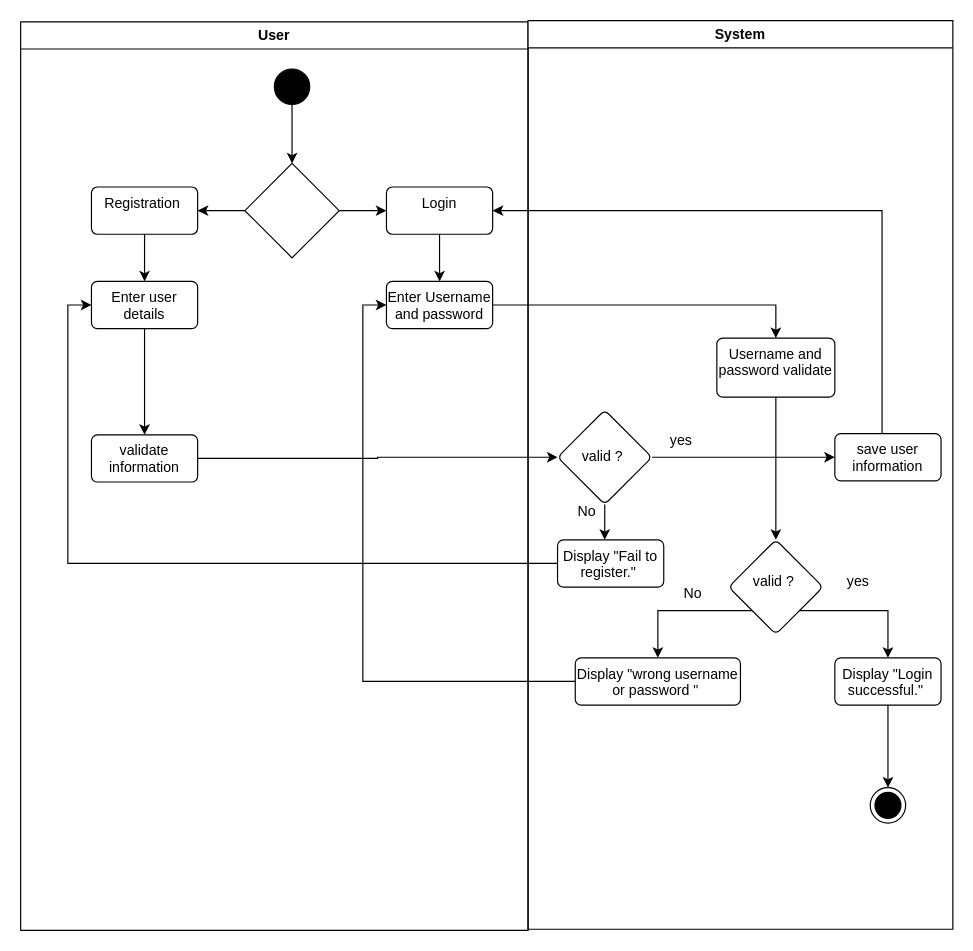
Above: page "login AD" (3 of 21) of doc/PSM.drawio in SNFASA/AI-Fire-Monitoring-System (draw.io), before the change. Source tidied: cells renumbered, new cells numbered last; positions are measured from the earlier drawing's top-left corner, leaving out a move shared by most shapes. Both pictures are drawn from the tidied source at 118%, with x=0, y=0 at pixel (20, 20).
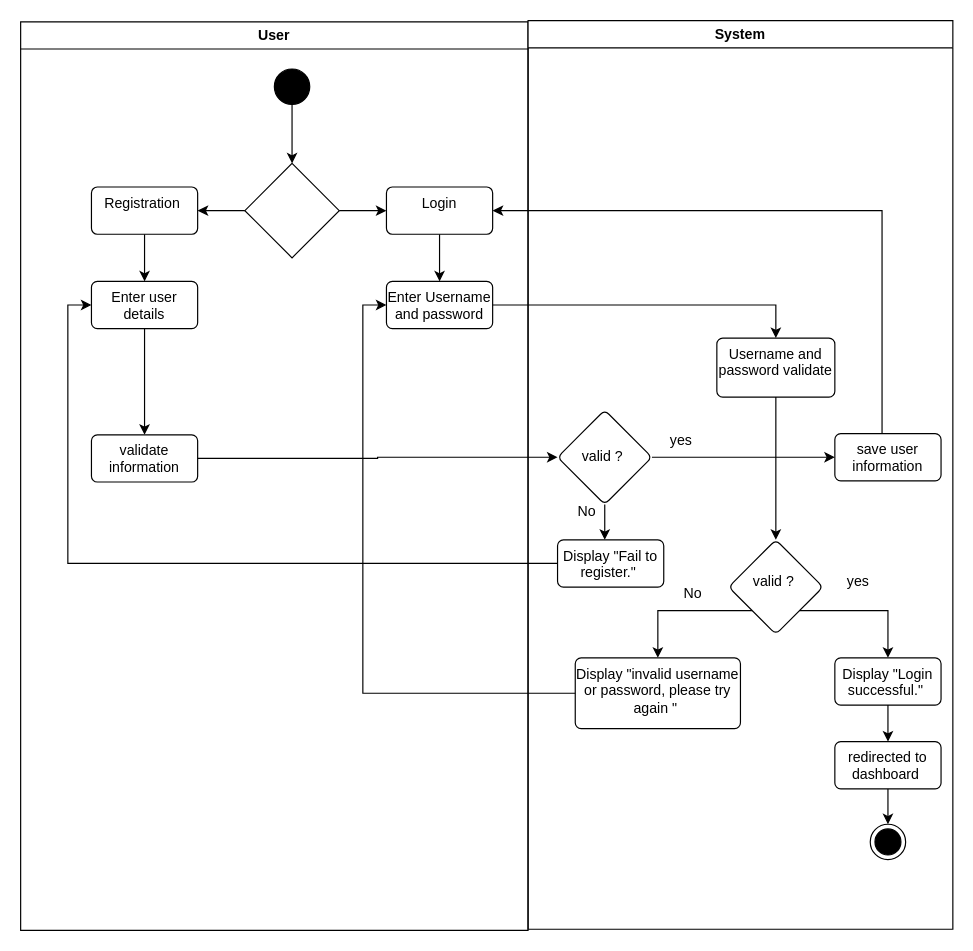
After the change.

Unchanged cells that the change refers to:
```xml
<mxCell id="16" value="System" style="swimlane;whiteSpace=wrap;html=1;startSize=23;" parent="1" vertex="1">
  <mxGeometry x="430" width="360" height="770" as="geometry" />
</mxCell>
<mxCell id="28" value="Display &quot;Login successful.&quot;&amp;nbsp;" style="html=1;align=center;verticalAlign=top;rounded=1;absoluteArcSize=1;arcSize=10;dashed=0;whiteSpace=wrap;" parent="16" vertex="1">
  <mxGeometry x="260" y="540" width="90" height="40" as="geometry" />
</mxCell>
```

Diff of the diagram source:
```diff
@@
-    <mxCell id="27" style="edgeStyle=orthogonalEdgeStyle;rounded=0;jettySize=auto;html=1;" parent="16" edge="1" source="28" target="30">
-      <mxGeometry relative="1" as="geometry" />
-    </mxCell>
+    <mxCell id="42" style="edgeStyle=orthogonalEdgeStyle;rounded=0;jettySize=auto;html=1;" parent="16" edge="1" source="28" target="44">
+      <mxGeometry relative="1" as="geometry" />
+    </mxCell>
@@
-    <mxCell id="29" value="Display &quot;wrong username or password &quot;&amp;nbsp;" style="html=1;align=center;verticalAlign=top;rounded=1;absoluteArcSize=1;arcSize=10;dashed=0;whiteSpace=wrap;" parent="16" vertex="1">
-      <mxGeometry x="40" y="540" width="140" height="40" as="geometry" />
+    <mxCell id="29" value="Display &quot;invalid username or password, please try again &quot;&amp;nbsp;" style="html=1;align=center;verticalAlign=top;rounded=1;absoluteArcSize=1;arcSize=10;dashed=0;whiteSpace=wrap;" parent="16" vertex="1">
+      <mxGeometry x="40" y="540" width="140" height="60" as="geometry" />
     </mxCell>
     <mxCell id="30" style="ellipse;html=1;shape=endState;fillColor=strokeColor;" parent="16" vertex="1">
-      <mxGeometry x="290" y="650" width="30" height="30" as="geometry" />
+      <mxGeometry x="290" y="681" width="30" height="30" as="geometry" />
     </mxCell>
@@
+    <mxCell id="43" style="edgeStyle=orthogonalEdgeStyle;rounded=0;jettySize=auto;html=1;" parent="16" edge="1" source="44" target="30">
+      <mxGeometry relative="1" as="geometry" />
+    </mxCell>
+    <mxCell id="44" value="redirected to dashboard&amp;nbsp;" style="html=1;align=center;verticalAlign=top;rounded=1;absoluteArcSize=1;arcSize=10;dashed=0;whiteSpace=wrap;" parent="16" vertex="1">
+      <mxGeometry x="260" y="611" width="90" height="40" as="geometry" />
+    </mxCell>
```
